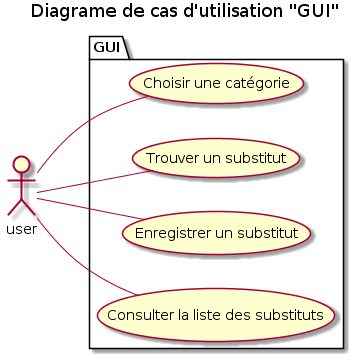
Zepmanbc/oc_dapython_pr5 keeps this PlantUML diagram as doc/img/02_uc_gui.png. Above is the earlier version.
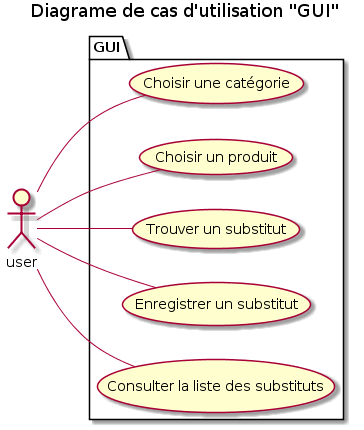
The same file after the commit.

What changed in the source:
```diff
@@ -4,6 +4,7 @@
 package GUI{
     left to right direction
     (Choisir une catégorie) as SELECT_CTG
+    (Choisir un produit) as SELECT_PRODUCT
     (Trouver un substitut) as FIND_SUBST
     (Enregistrer un substitut) AS SET_SUBST
     (Consulter la liste des substituts) as SHOW_FAV
@@ -13,6 +14,7 @@
 actor user
 
 user -- SELECT_CTG
+user -- SELECT_PRODUCT
 user -- FIND_SUBST
 user -- SET_SUBST
 user -- SHOW_FAV
```
